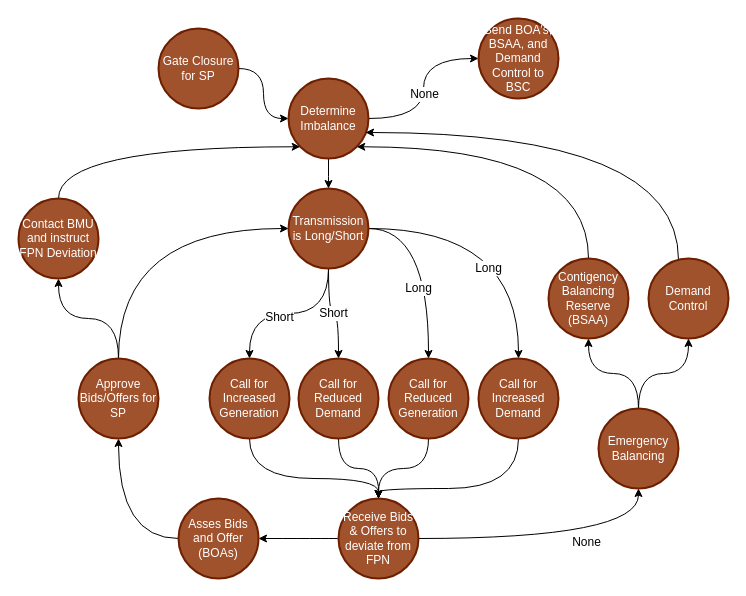
Earlier version of the draw.io diagram page "Page-3" (3 of 8) of docs/architecture.drawio (hlopez058/open-elecbay). Source tidied: cells renumbered, new cells numbered last; positions are measured from the earlier drawing's top-left corner, leaving out a move shared by most shapes. Both pictures are drawn from the tidied source at 100%, with x=0, y=0 at pixel (18, 18).
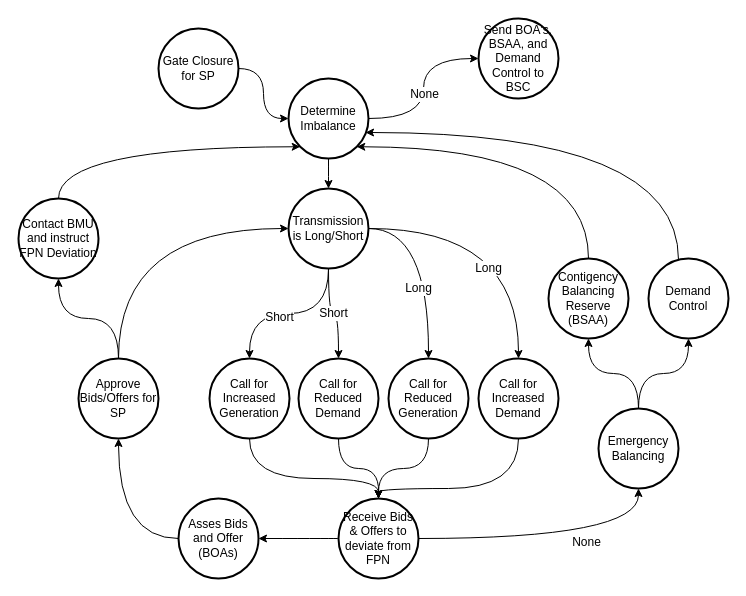
Above is the later version.

Diff of the diagram source:
```diff
@@
-    <mxCell id="3" value="Gate Closure for SP" style="ellipse;whiteSpace=wrap;html=1;fontSize=12;strokeWidth=2;verticalAlign=middle;strokeColor=#6D1F00;fillColor=#a0522d;fontColor=#ffffff;" parent="1" vertex="1">
+    <mxCell id="3" value="Gate Closure for SP" style="ellipse;whiteSpace=wrap;html=1;fontSize=12;strokeWidth=2;verticalAlign=middle;" parent="1" vertex="1">
       <mxGeometry x="140" y="10" width="80" height="80" as="geometry" />
     </mxCell>
@@
-    <mxCell id="9" value="Transmission is Long/Short" style="ellipse;whiteSpace=wrap;html=1;fontSize=12;strokeWidth=2;verticalAlign=middle;strokeColor=#6D1F00;fillColor=#a0522d;fontColor=#ffffff;" parent="1" vertex="1">
+    <mxCell id="9" value="Transmission is Long/Short" style="ellipse;whiteSpace=wrap;html=1;fontSize=12;strokeWidth=2;verticalAlign=middle;" parent="1" vertex="1">
       <mxGeometry x="270" y="170" width="80" height="80" as="geometry" />
     </mxCell>
@@
-    <mxCell id="11" value="Call for Increased Generation" style="ellipse;whiteSpace=wrap;html=1;fontSize=12;strokeWidth=2;verticalAlign=middle;strokeColor=#6D1F00;fillColor=#a0522d;fontColor=#ffffff;" parent="1" vertex="1">
+    <mxCell id="11" value="Call for Increased Generation" style="ellipse;whiteSpace=wrap;html=1;fontSize=12;strokeWidth=2;verticalAlign=middle;" parent="1" vertex="1">
       <mxGeometry x="191" y="340" width="80" height="80" as="geometry" />
     </mxCell>
@@
-    <mxCell id="13" value="Call for Reduced Generation" style="ellipse;whiteSpace=wrap;html=1;fontSize=12;strokeWidth=2;verticalAlign=middle;strokeColor=#6D1F00;fillColor=#a0522d;fontColor=#ffffff;" parent="1" vertex="1">
+    <mxCell id="13" value="Call for Reduced Generation" style="ellipse;whiteSpace=wrap;html=1;fontSize=12;strokeWidth=2;verticalAlign=middle;" parent="1" vertex="1">
       <mxGeometry x="370" y="340" width="80" height="80" as="geometry" />
     </mxCell>
@@
-    <mxCell id="17" value="Receive Bids &amp;amp; Offers to deviate from FPN" style="ellipse;whiteSpace=wrap;html=1;fontSize=12;strokeWidth=2;verticalAlign=middle;strokeColor=#6D1F00;fillColor=#a0522d;fontColor=#ffffff;" parent="1" vertex="1">
+    <mxCell id="17" value="Receive Bids &amp;amp; Offers to deviate from FPN" style="ellipse;whiteSpace=wrap;html=1;fontSize=12;strokeWidth=2;verticalAlign=middle;" parent="1" vertex="1">
       <mxGeometry x="320" y="480" width="80" height="80" as="geometry" />
     </mxCell>
@@
-    <mxCell id="19" value="Asses Bids and Offer (BOAs)" style="ellipse;whiteSpace=wrap;html=1;fontSize=12;strokeWidth=2;verticalAlign=middle;strokeColor=#6D1F00;fillColor=#a0522d;fontColor=#ffffff;" parent="1" vertex="1">
+    <mxCell id="19" value="Asses Bids and Offer (BOAs)" style="ellipse;whiteSpace=wrap;html=1;fontSize=12;strokeWidth=2;verticalAlign=middle;" parent="1" vertex="1">
       <mxGeometry x="160" y="480" width="80" height="80" as="geometry" />
     </mxCell>
@@
-    <mxCell id="22" value="Approve Bids/Offers for SP" style="ellipse;whiteSpace=wrap;html=1;fontSize=12;strokeWidth=2;verticalAlign=middle;strokeColor=#6D1F00;fillColor=#a0522d;fontColor=#ffffff;" parent="1" vertex="1">
+    <mxCell id="22" value="Approve Bids/Offers for SP" style="ellipse;whiteSpace=wrap;html=1;fontSize=12;strokeWidth=2;verticalAlign=middle;" parent="1" vertex="1">
       <mxGeometry x="60" y="340" width="80" height="80" as="geometry" />
     </mxCell>
@@
-    <mxCell id="24" value="Contigency Balancing Reserve (BSAA)" style="ellipse;whiteSpace=wrap;html=1;fontSize=12;strokeWidth=2;verticalAlign=middle;strokeColor=#6D1F00;fillColor=#a0522d;fontColor=#ffffff;" parent="1" vertex="1">
+    <mxCell id="24" value="Contigency Balancing Reserve (BSAA)" style="ellipse;whiteSpace=wrap;html=1;fontSize=12;strokeWidth=2;verticalAlign=middle;" parent="1" vertex="1">
       <mxGeometry x="530" y="240" width="80" height="80" as="geometry" />
     </mxCell>
@@
-    <mxCell id="28" value="Determine Imbalance" style="ellipse;whiteSpace=wrap;html=1;fontSize=12;strokeWidth=2;verticalAlign=middle;strokeColor=#6D1F00;fillColor=#a0522d;fontColor=#ffffff;" parent="1" vertex="1">
+    <mxCell id="28" value="Determine Imbalance" style="ellipse;whiteSpace=wrap;html=1;fontSize=12;strokeWidth=2;verticalAlign=middle;" parent="1" vertex="1">
       <mxGeometry x="270" y="60" width="80" height="80" as="geometry" />
     </mxCell>
@@
-    <mxCell id="30" value="Demand Control" style="ellipse;whiteSpace=wrap;html=1;fontSize=12;strokeWidth=2;verticalAlign=middle;strokeColor=#6D1F00;fillColor=#a0522d;fontColor=#ffffff;" parent="1" vertex="1">
+    <mxCell id="30" value="Demand Control" style="ellipse;whiteSpace=wrap;html=1;fontSize=12;strokeWidth=2;verticalAlign=middle;" parent="1" vertex="1">
       <mxGeometry x="630" y="240" width="80" height="80" as="geometry" />
     </mxCell>
@@
-    <mxCell id="33" value="Emergency Balancing" style="ellipse;whiteSpace=wrap;html=1;fontSize=12;strokeWidth=2;verticalAlign=middle;strokeColor=#6D1F00;fillColor=#a0522d;fontColor=#ffffff;" parent="1" vertex="1">
+    <mxCell id="33" value="Emergency Balancing" style="ellipse;whiteSpace=wrap;html=1;fontSize=12;strokeWidth=2;verticalAlign=middle;" parent="1" vertex="1">
       <mxGeometry x="580" y="390" width="80" height="80" as="geometry" />
     </mxCell>
-    <mxCell id="34" value="Send BOA's, BSAA, and Demand Control to BSC" style="ellipse;whiteSpace=wrap;html=1;fontSize=12;strokeWidth=2;verticalAlign=middle;strokeColor=#6D1F00;fillColor=#a0522d;fontColor=#ffffff;" parent="1" vertex="1">
+    <mxCell id="34" value="Send BOA's, BSAA, and Demand Control to BSC" style="ellipse;whiteSpace=wrap;html=1;fontSize=12;strokeWidth=2;verticalAlign=middle;" parent="1" vertex="1">
       <mxGeometry x="460" width="80" height="80" as="geometry" />
     </mxCell>
@@
-    <mxCell id="36" value="Contact BMU and instruct FPN Deviation" style="ellipse;whiteSpace=wrap;html=1;fontSize=12;strokeWidth=2;verticalAlign=middle;strokeColor=#6D1F00;fillColor=#a0522d;fontColor=#ffffff;" parent="1" vertex="1">
+    <mxCell id="36" value="Contact BMU and instruct FPN Deviation" style="ellipse;whiteSpace=wrap;html=1;fontSize=12;strokeWidth=2;verticalAlign=middle;" parent="1" vertex="1">
       <mxGeometry y="180" width="80" height="80" as="geometry" />
     </mxCell>
@@
-    <mxCell id="38" value="Call for Increased Demand" style="ellipse;whiteSpace=wrap;html=1;fontSize=12;strokeWidth=2;verticalAlign=middle;strokeColor=#6D1F00;fillColor=#a0522d;fontColor=#ffffff;" parent="1" vertex="1">
+    <mxCell id="38" value="Call for Increased Demand" style="ellipse;whiteSpace=wrap;html=1;fontSize=12;strokeWidth=2;verticalAlign=middle;" parent="1" vertex="1">
       <mxGeometry x="460" y="340" width="80" height="80" as="geometry" />
     </mxCell>
@@
-    <mxCell id="40" value="Call for Reduced Demand" style="ellipse;whiteSpace=wrap;html=1;fontSize=12;strokeWidth=2;verticalAlign=middle;strokeColor=#6D1F00;fillColor=#a0522d;fontColor=#ffffff;" parent="1" vertex="1">
+    <mxCell id="40" value="Call for Reduced Demand" style="ellipse;whiteSpace=wrap;html=1;fontSize=12;strokeWidth=2;verticalAlign=middle;" parent="1" vertex="1">
       <mxGeometry x="280" y="340" width="80" height="80" as="geometry" />
     </mxCell>
```
